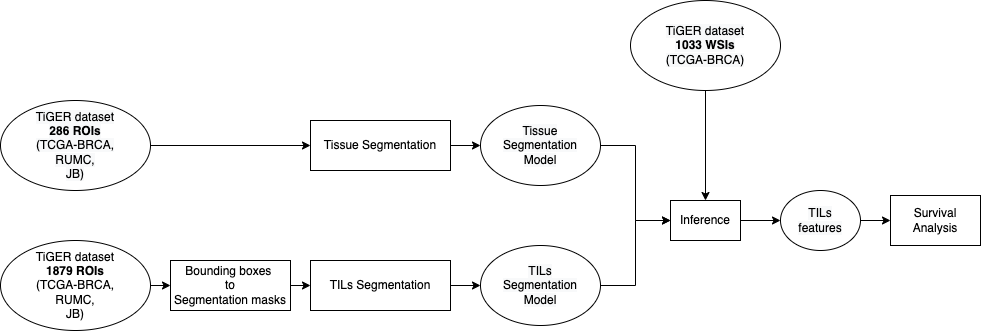
RitaOlenchuk/masters_tex keeps this draw.io diagram as figures/data_flow.png. Above is the earlier version. Source tidied: cells renumbered, new cells last; positions are measured from the earlier drawing's top-left corner, leaving out a move shared by most shapes.
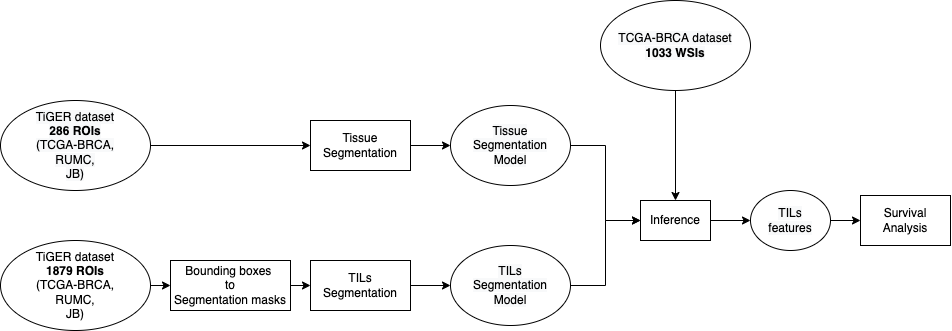
After the change.

What changed in the source:
```diff
@@ -6,31 +6,31 @@
       <mxGeometry relative="1" as="geometry" />
     </mxCell>
     <mxCell id="3" value="&lt;meta charset=&quot;utf-8&quot;&gt;&lt;span style=&quot;color: rgb(0, 0, 0); font-family: helvetica; font-size: 12px; font-style: normal; font-weight: 400; letter-spacing: normal; text-align: center; text-indent: 0px; text-transform: none; word-spacing: 0px; background-color: rgb(248, 249, 250); display: inline; float: none;&quot;&gt;TiGER dataset&lt;/span&gt;&lt;br style=&quot;color: rgb(0, 0, 0); font-family: helvetica; font-size: 12px; font-style: normal; font-weight: 400; letter-spacing: normal; text-align: center; text-indent: 0px; text-transform: none; word-spacing: 0px; background-color: rgb(248, 249, 250);&quot;&gt;&lt;b style=&quot;color: rgb(0, 0, 0); font-family: helvetica; font-size: 12px; font-style: normal; letter-spacing: normal; text-align: center; text-indent: 0px; text-transform: none; word-spacing: 0px; background-color: rgb(248, 249, 250);&quot;&gt;286 ROIs&lt;/b&gt;&lt;br style=&quot;color: rgb(0, 0, 0); font-family: helvetica; font-size: 12px; font-style: normal; font-weight: 400; letter-spacing: normal; text-align: center; text-indent: 0px; text-transform: none; word-spacing: 0px; background-color: rgb(248, 249, 250);&quot;&gt;&lt;span style=&quot;color: rgb(0, 0, 0); font-family: helvetica; font-size: 12px; font-style: normal; font-weight: 400; letter-spacing: normal; text-align: center; text-indent: 0px; text-transform: none; word-spacing: 0px; background-color: rgb(248, 249, 250); display: inline; float: none;&quot;&gt;(TCGA-BRCA,&lt;/span&gt;&lt;br style=&quot;color: rgb(0, 0, 0); font-family: helvetica; font-size: 12px; font-style: normal; font-weight: 400; letter-spacing: normal; text-align: center; text-indent: 0px; text-transform: none; word-spacing: 0px; background-color: rgb(248, 249, 250);&quot;&gt;&lt;span style=&quot;color: rgb(0, 0, 0); font-family: helvetica; font-size: 12px; font-style: normal; font-weight: 400; letter-spacing: normal; text-align: center; text-indent: 0px; text-transform: none; word-spacing: 0px; background-color: rgb(248, 249, 250); display: inline; float: none;&quot;&gt;RUMC,&lt;/span&gt;&lt;br style=&quot;color: rgb(0, 0, 0); font-family: helvetica; font-size: 12px; font-style: normal; font-weight: 400; letter-spacing: normal; text-align: center; text-indent: 0px; text-transform: none; word-spacing: 0px; background-color: rgb(248, 249, 250);&quot;&gt;&lt;span style=&quot;color: rgb(0, 0, 0); font-family: helvetica; font-size: 12px; font-style: normal; font-weight: 400; letter-spacing: normal; text-align: center; text-indent: 0px; text-transform: none; word-spacing: 0px; background-color: rgb(248, 249, 250); display: inline; float: none;&quot;&gt;JB)&lt;/span&gt;" style="ellipse;whiteSpace=wrap;html=1;" parent="1" vertex="1">
-      <mxGeometry y="100" width="150" height="90" as="geometry" />
+      <mxGeometry x="30" y="100" width="150" height="90" as="geometry" />
     </mxCell>
     <mxCell id="4" style="edgeStyle=orthogonalEdgeStyle;rounded=0;jettySize=auto;html=1;exitX=1;exitY=0.5;exitDx=0;exitDy=0;entryX=0;entryY=0.5;entryDx=0;entryDy=0;" parent="1" edge="1" source="5" target="11">
       <mxGeometry relative="1" as="geometry" />
     </mxCell>
     <mxCell id="5" value="TiGER dataset&lt;br&gt;&lt;span style=&quot;color: rgba(0 , 0 , 0 , 0) ; font-family: monospace ; font-size: 0px&quot;&gt;%3CmxGraphModel%3E%3Croot%3E%3CmxCell%20id%3D%220%22%2F%3E%3CmxCell%20id%3D%221%22%20parent%3D%220%22%2F%3E%3CmxCell%20id%3D%222%22%20value%3D%22TiGER%20dataset%26lt%3Bbr%26gt%3B%26lt%3Bb%26gt%3B286%20ROIs%26lt%3B%2Fb%26gt%3B%26lt%3Bbr%26gt%3B(TCGA-BRCA%2C%26lt%3Bbr%26gt%3BRUMC%2C%26lt%3Bbr%26gt%3BJB)%22%20style%3D%22rounded%3D0%3BwhiteSpace%3Dwrap%3Bhtml%3D1%3B%22%20vertex%3D%221%22%20parent%3D%221%22%3E%3CmxGeometry%20x%3D%22100%22%20y%3D%22230%22%20width%3D%22120%22%20height%3D%2280%22%20as%3D%22geometry%22%2F%3E%3C%2FmxCell%3E%3C%2Froot%3E%3C%2FmxGraphModel%3E&lt;/span&gt;&lt;b&gt;1879 ROIs&lt;/b&gt;&lt;br&gt;(TCGA-BRCA,&lt;br&gt;RUMC,&lt;br&gt;JB)" style="ellipse;whiteSpace=wrap;html=1;" parent="1" vertex="1">
-      <mxGeometry y="240" width="150" height="90" as="geometry" />
+      <mxGeometry x="30" y="240" width="150" height="90" as="geometry" />
     </mxCell>
     <mxCell id="6" style="edgeStyle=orthogonalEdgeStyle;rounded=0;jettySize=auto;html=1;exitX=1;exitY=0.5;exitDx=0;exitDy=0;entryX=0;entryY=0.5;entryDx=0;entryDy=0;" parent="1" edge="1" source="7" target="13">
       <mxGeometry relative="1" as="geometry" />
     </mxCell>
-    <mxCell id="7" value="Tissue Segmentation" style="rounded=0;whiteSpace=wrap;html=1;" parent="1" vertex="1">
-      <mxGeometry x="310" y="120" width="140" height="50" as="geometry" />
+    <mxCell id="7" value="Tissue&lt;br&gt;Segmentation" style="rounded=0;whiteSpace=wrap;html=1;" parent="1" vertex="1">
+      <mxGeometry x="340" y="120" width="100" height="50" as="geometry" />
     </mxCell>
     <mxCell id="8" style="edgeStyle=orthogonalEdgeStyle;rounded=0;jettySize=auto;html=1;exitX=1;exitY=0.5;exitDx=0;exitDy=0;entryX=0;entryY=0.5;entryDx=0;entryDy=0;" parent="1" edge="1" source="9" target="15">
       <mxGeometry relative="1" as="geometry" />
     </mxCell>
-    <mxCell id="9" value="TILs Segmentation" style="rounded=0;whiteSpace=wrap;html=1;" parent="1" vertex="1">
-      <mxGeometry x="310" y="260" width="140" height="50" as="geometry" />
+    <mxCell id="9" value="TILs&lt;br&gt;Segmentation" style="rounded=0;whiteSpace=wrap;html=1;" parent="1" vertex="1">
+      <mxGeometry x="340" y="260" width="100" height="50" as="geometry" />
     </mxCell>
     <mxCell id="10" style="edgeStyle=orthogonalEdgeStyle;rounded=0;jettySize=auto;html=1;exitX=1;exitY=0.5;exitDx=0;exitDy=0;entryX=0;entryY=0.5;entryDx=0;entryDy=0;" parent="1" edge="1" source="11" target="9">
       <mxGeometry relative="1" as="geometry" />
     </mxCell>
     <mxCell id="11" value="Bounding boxes&amp;nbsp;&lt;br&gt;to&lt;br&gt;Segmentation masks" style="rounded=0;whiteSpace=wrap;html=1;" parent="1" vertex="1">
-      <mxGeometry x="170" y="260" width="120" height="50" as="geometry" />
+      <mxGeometry x="200" y="260" width="120" height="50" as="geometry" />
     </mxCell>
     <mxCell id="12" style="edgeStyle=orthogonalEdgeStyle;rounded=0;jettySize=auto;html=1;exitX=1;exitY=0.5;exitDx=0;exitDy=0;entryX=0;entryY=0.5;entryDx=0;entryDy=0;" parent="1" edge="1" source="13" target="17">
       <mxGeometry relative="1" as="geometry" />
@@ -53,7 +53,7 @@
     <mxCell id="18" style="edgeStyle=orthogonalEdgeStyle;rounded=0;jettySize=auto;html=1;exitX=0.5;exitY=1;exitDx=0;exitDy=0;entryX=0.5;entryY=0;entryDx=0;entryDy=0;" parent="1" edge="1" source="19" target="17">
       <mxGeometry relative="1" as="geometry" />
     </mxCell>
-    <mxCell id="19" value="&lt;span style=&quot;color: rgb(0 , 0 , 0) ; font-family: &amp;quot;helvetica&amp;quot; ; font-size: 12px ; font-style: normal ; font-weight: 400 ; letter-spacing: normal ; text-align: center ; text-indent: 0px ; text-transform: none ; word-spacing: 0px ; background-color: rgb(248 , 249 , 250) ; display: inline ; float: none&quot;&gt;TiGER dataset&lt;/span&gt;&lt;br style=&quot;color: rgb(0 , 0 , 0) ; font-family: &amp;quot;helvetica&amp;quot; ; font-size: 12px ; font-style: normal ; font-weight: 400 ; letter-spacing: normal ; text-align: center ; text-indent: 0px ; text-transform: none ; word-spacing: 0px ; background-color: rgb(248 , 249 , 250)&quot;&gt;&lt;b style=&quot;color: rgb(0 , 0 , 0) ; font-family: &amp;quot;helvetica&amp;quot; ; font-size: 12px ; font-style: normal ; letter-spacing: normal ; text-align: center ; text-indent: 0px ; text-transform: none ; word-spacing: 0px ; background-color: rgb(248 , 249 , 250)&quot;&gt;1033 WSIs&lt;/b&gt;&lt;br style=&quot;color: rgb(0 , 0 , 0) ; font-family: &amp;quot;helvetica&amp;quot; ; font-size: 12px ; font-style: normal ; font-weight: 400 ; letter-spacing: normal ; text-align: center ; text-indent: 0px ; text-transform: none ; word-spacing: 0px ; background-color: rgb(248 , 249 , 250)&quot;&gt;&lt;span style=&quot;color: rgb(0 , 0 , 0) ; font-family: &amp;quot;helvetica&amp;quot; ; font-size: 12px ; font-style: normal ; font-weight: 400 ; letter-spacing: normal ; text-align: center ; text-indent: 0px ; text-transform: none ; word-spacing: 0px ; background-color: rgb(248 , 249 , 250) ; display: inline ; float: none&quot;&gt;(TCGA-BRCA&lt;/span&gt;&lt;span style=&quot;color: rgb(0 , 0 , 0) ; font-family: &amp;quot;helvetica&amp;quot; ; font-size: 12px ; font-style: normal ; font-weight: 400 ; letter-spacing: normal ; text-align: center ; text-indent: 0px ; text-transform: none ; word-spacing: 0px ; background-color: rgb(248 , 249 , 250) ; display: inline ; float: none&quot;&gt;)&lt;/span&gt;" style="ellipse;whiteSpace=wrap;html=1;" parent="1" vertex="1">
+    <mxCell id="19" value="&lt;span style=&quot;color: rgb(0 , 0 , 0) ; font-family: &amp;quot;helvetica&amp;quot; ; font-size: 12px ; font-style: normal ; font-weight: 400 ; letter-spacing: normal ; text-align: center ; text-indent: 0px ; text-transform: none ; word-spacing: 0px ; background-color: rgb(248 , 249 , 250) ; display: inline ; float: none&quot;&gt;TCGA-BRCA&amp;nbsp;dataset&lt;/span&gt;&lt;br style=&quot;color: rgb(0 , 0 , 0) ; font-family: &amp;quot;helvetica&amp;quot; ; font-size: 12px ; font-style: normal ; font-weight: 400 ; letter-spacing: normal ; text-align: center ; text-indent: 0px ; text-transform: none ; word-spacing: 0px ; background-color: rgb(248 , 249 , 250)&quot;&gt;&lt;b style=&quot;color: rgb(0 , 0 , 0) ; font-family: &amp;quot;helvetica&amp;quot; ; font-size: 12px ; font-style: normal ; letter-spacing: normal ; text-align: center ; text-indent: 0px ; text-transform: none ; word-spacing: 0px ; background-color: rgb(248 , 249 , 250)&quot;&gt;1033 WSIs&lt;/b&gt;" style="ellipse;whiteSpace=wrap;html=1;" parent="1" vertex="1">
       <mxGeometry x="630" width="150" height="90" as="geometry" />
     </mxCell>
     <mxCell id="20" style="edgeStyle=orthogonalEdgeStyle;rounded=0;jettySize=auto;html=1;exitX=1;exitY=0.5;exitDx=0;exitDy=0;entryX=0;entryY=0.5;entryDx=0;entryDy=0;" parent="1" edge="1" source="21" target="22">
```
